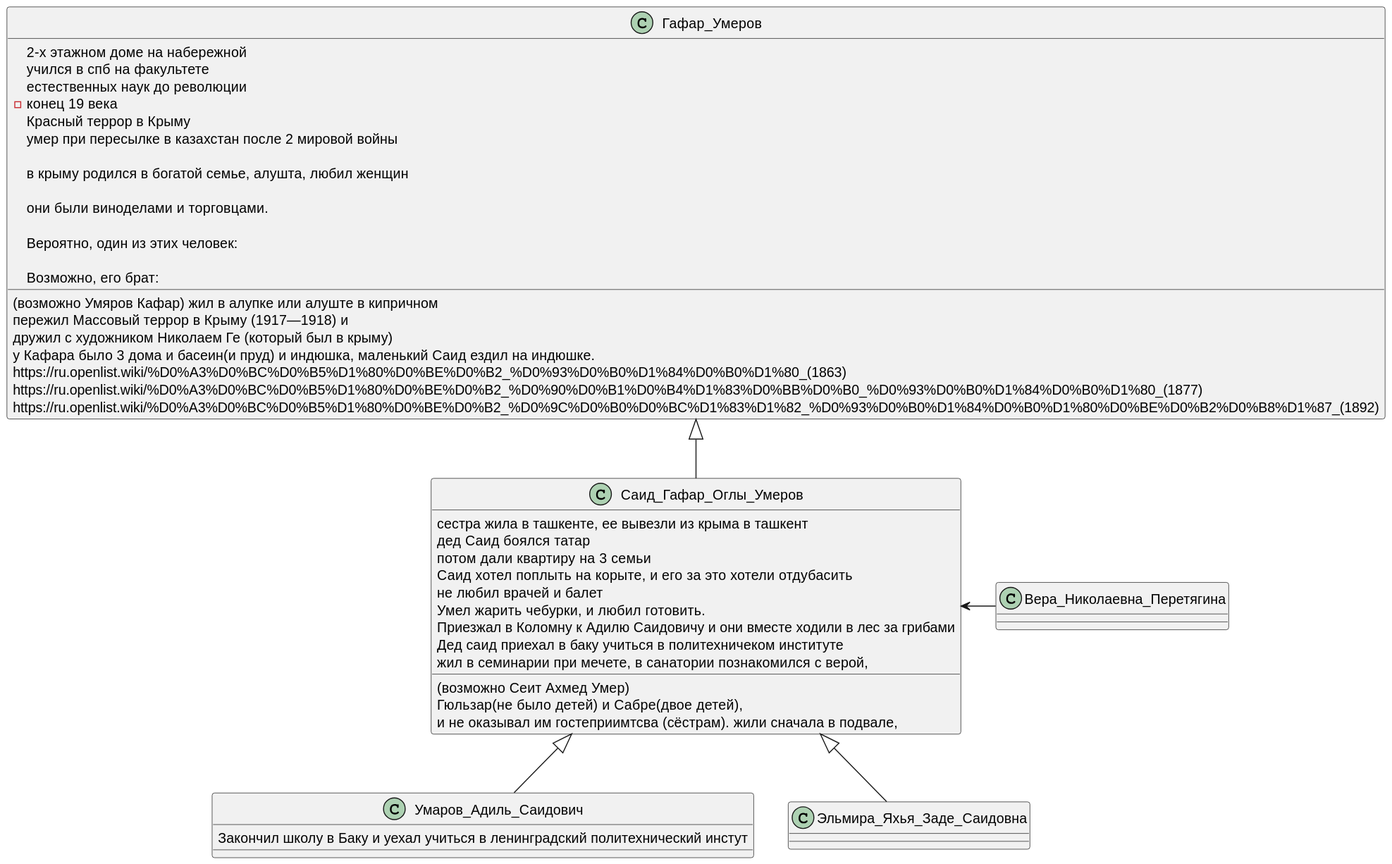
Earlier version of the PlantUML export out/main/main.svg (nagvalhm/umerovs).
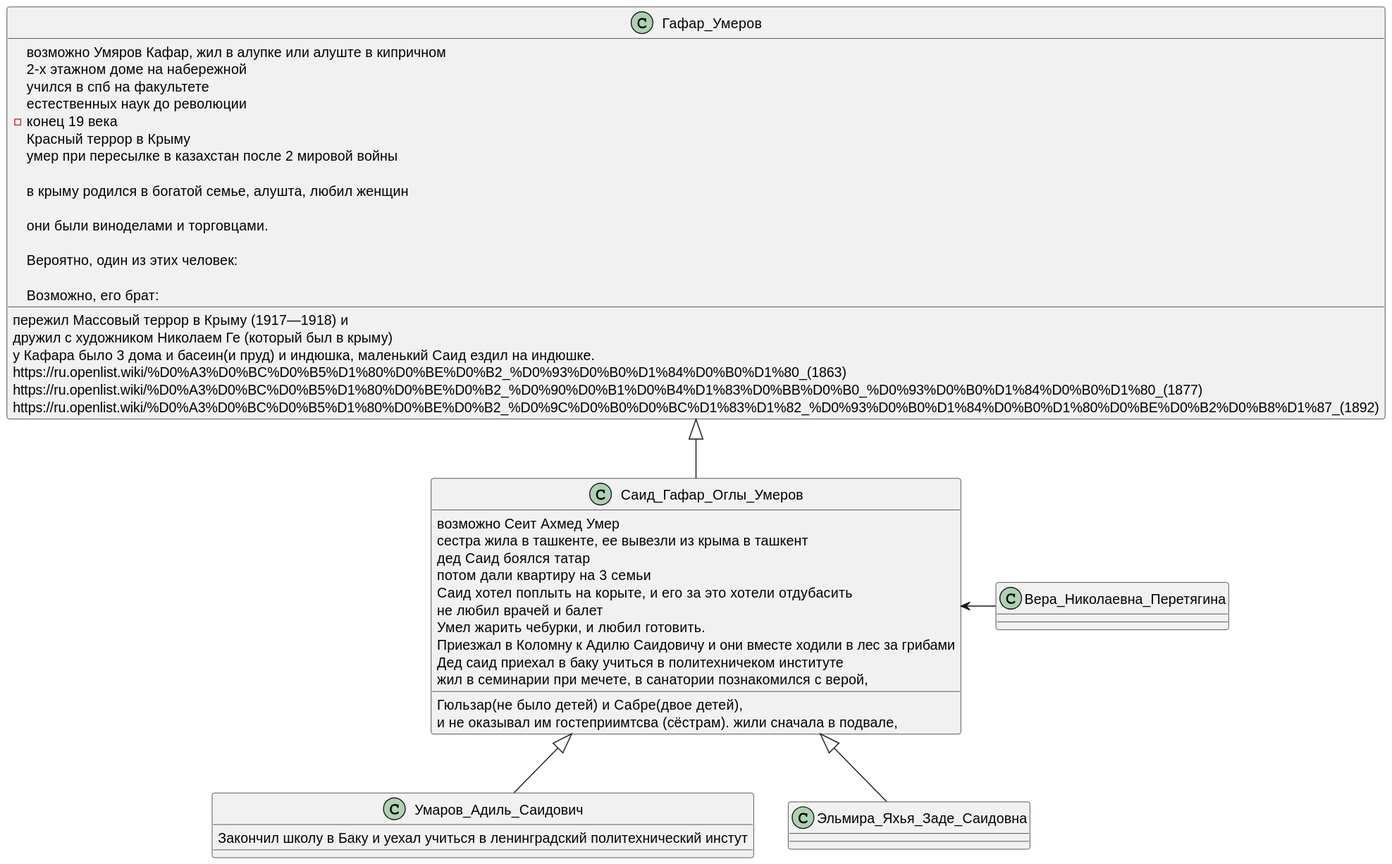
Above is the later version.

What changed in the source:
```diff
@@ -1,6 +1,6 @@
 @startuml
 class Гафар_Умеров{
-    (возможно Умяров Кафар) жил в алупке или алуште в кипричном
+    возможно Умяров Кафар, жил в алупке или алуште в кипричном
     2-х этажном доме на набережной
     учился в спб на факультете
     естественных наук до революции
@@ -25,7 +25,7 @@
 
 Саид_Гафар_Оглы_Умеров -up-|> Гафар_Умеров
 class Саид_Гафар_Оглы_Умеров{
-    (возможно Сеит Ахмед Умер)
+    возможно Сеит Ахмед Умер
     сестра жила в ташкенте, ее вывезли из крыма в ташкент
     Гюльзар(не было детей) и Сабре(двое детей),
     дед Саид боялся татар
```
